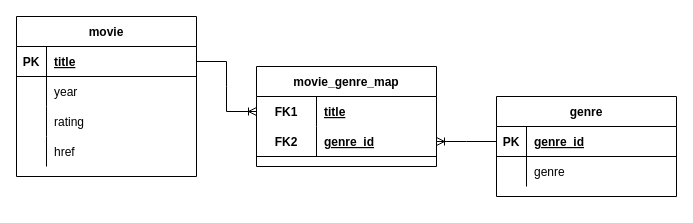
This is images/database_design.drawio from christopherfick/yify, a draw.io file, before an edit. Source tidied: cells renumbered, new cells numbered last; positions are measured from the earlier drawing's top-left corner, leaving out a move shared by most shapes. Both pictures are drawn from the tidied source at 100%, with x=0, y=0 at pixel (16, 16).
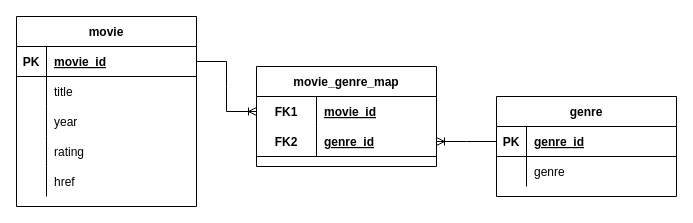
Above is the later version.

Commit message:
Updated design due to duplicate titles

The change refers to these unchanged cells:
```xml
<mxCell id="3" style="shape=tableRow;horizontal=0;startSize=0;swimlaneHead=0;swimlaneBody=0;fillColor=none;points=[[0,0.5],[1,0.5]];portConstraint=eastwest;top=0;left=0;right=0;bottom=1;" parent="2" vertex="1">
  <mxGeometry y="30" width="180" height="30" as="geometry" />
</mxCell>
<mxCell id="16" style="shape=tableRow;horizontal=0;startSize=0;swimlaneHead=0;swimlaneBody=0;fillColor=none;points=[[0,0.5],[1,0.5]];portConstraint=eastwest;top=0;left=0;right=0;bottom=0;" parent="15" vertex="1">
  <mxGeometry y="30" width="180" height="30" as="geometry" />
</mxCell>
```

Diff of the diagram source:
```diff
@@
     <mxCell id="2" value="movie" style="shape=table;startSize=30;childLayout=tableLayout;rowLines=0;fontStyle=1;align=center;" parent="1" vertex="1">
-      <mxGeometry width="180" height="160" as="geometry" />
+      <mxGeometry width="180" height="190" as="geometry" />
     </mxCell>
@@
-    <mxCell id="5" value="title" style="shape=partialRectangle;fillColor=none;top=0;left=0;bottom=0;right=0;align=left;spacingLeft=6;fontStyle=5;overflow=hidden;" parent="3" vertex="1">
+    <mxCell id="5" value="movie_id" style="shape=partialRectangle;fillColor=none;top=0;left=0;bottom=0;right=0;align=left;spacingLeft=6;fontStyle=5;overflow=hidden;" parent="3" vertex="1">
       <mxGeometry x="30" width="150" height="30" as="geometry" />
     </mxCell>
+    <mxCell id="31" style="shape=tableRow;horizontal=0;startSize=0;swimlaneHead=0;swimlaneBody=0;fillColor=none;top=0;left=0;right=0;bottom=0;" parent="2" vertex="1">
+      <mxGeometry y="60" width="180" height="30" as="geometry" />
+    </mxCell>
+    <mxCell id="32" style="shape=partialRectangle;fillColor=none;top=0;left=0;bottom=0;right=0;overflow=hidden;" parent="31" vertex="1">
+      <mxGeometry width="30" height="30" as="geometry" />
+    </mxCell>
+    <mxCell id="33" value="title" style="shape=partialRectangle;fillColor=none;top=0;left=0;bottom=0;right=0;align=left;spacingLeft=6;overflow=hidden;" parent="31" vertex="1">
+      <mxGeometry x="30" width="150" height="30" as="geometry" />
+    </mxCell>
     <mxCell id="6" style="shape=tableRow;horizontal=0;startSize=0;swimlaneHead=0;swimlaneBody=0;fillColor=none;top=0;left=0;right=0;bottom=0;" parent="2" vertex="1">
-      <mxGeometry y="60" width="180" height="30" as="geometry" />
+      <mxGeometry y="90" width="180" height="30" as="geometry" />
     </mxCell>
@@
     <mxCell id="9" style="shape=tableRow;horizontal=0;startSize=0;swimlaneHead=0;swimlaneBody=0;fillColor=none;top=0;left=0;right=0;bottom=0;" parent="2" vertex="1">
-      <mxGeometry y="90" width="180" height="30" as="geometry" />
+      <mxGeometry y="120" width="180" height="30" as="geometry" />
     </mxCell>
@@
     <mxCell id="12" style="shape=tableRow;horizontal=0;startSize=0;swimlaneHead=0;swimlaneBody=0;fillColor=none;top=0;left=0;right=0;bottom=0;" parent="2" vertex="1">
-      <mxGeometry y="120" width="180" height="30" as="geometry" />
+      <mxGeometry y="150" width="180" height="30" as="geometry" />
     </mxCell>
@@
-    <mxCell id="18" value="title" style="shape=partialRectangle;fillColor=none;top=0;left=0;bottom=0;right=0;align=left;spacingLeft=6;fontStyle=5;overflow=hidden;" parent="16" vertex="1">
+    <mxCell id="18" value="movie_id" style="shape=partialRectangle;fillColor=none;top=0;left=0;bottom=0;right=0;align=left;spacingLeft=6;fontStyle=5;overflow=hidden;" parent="16" vertex="1">
       <mxGeometry x="60" width="120" height="30" as="geometry" />
     </mxCell>
```
